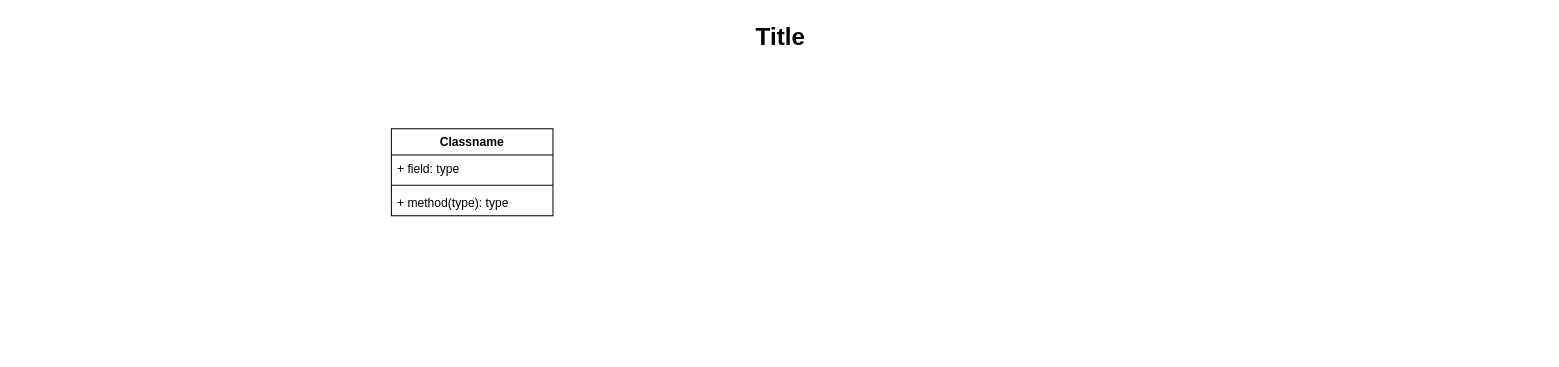
This is Model_De_Key.drawio from Barager/IS-design, a draw.io file, before an edit. Source tidied: cells renumbered, new cells numbered last; positions are measured from the earlier drawing's top-left corner, leaving out a move shared by most shapes. Both pictures are drawn from the tidied source at 101%, with x=0, y=0 at pixel (17, 17).
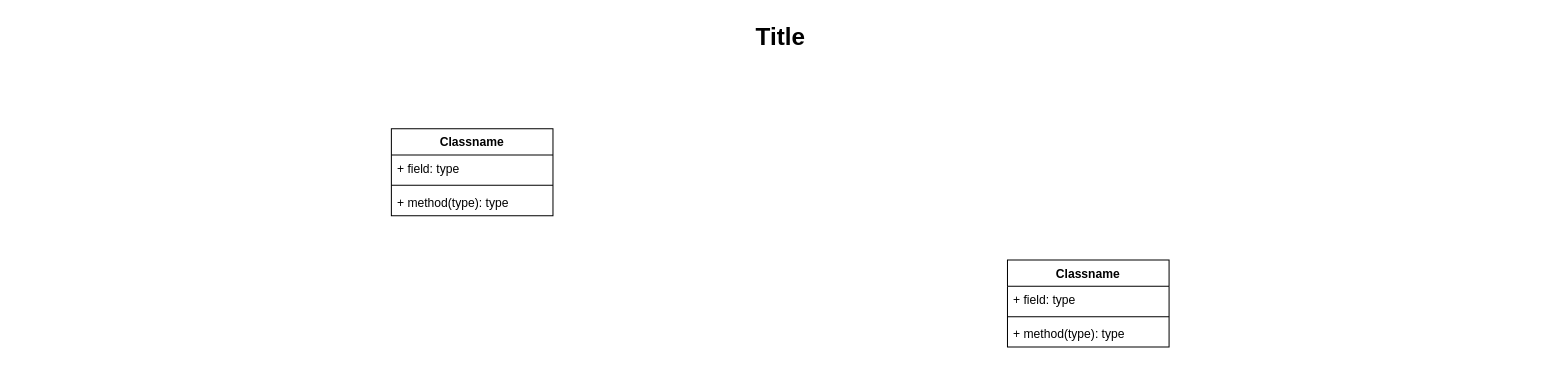
Above is the later version.

What changed in the source:
```diff
@@
 <mxGraphModel>
   <root>
     <mxCell id="0" />
     <mxCell id="1" parent="0" />
     <mxCell id="2" value="Title" style="text;strokeColor=none;fillColor=none;html=1;fontSize=24;fontStyle=1;verticalAlign=middle;align=center;" parent="1" vertex="1">
       <mxGeometry width="1510" height="40" as="geometry" />
     </mxCell>
     <mxCell id="3" value="Classname" style="swimlane;fontStyle=1;align=center;verticalAlign=top;horizontal=1;startSize=26;" parent="1" vertex="1">
       <mxGeometry x="370" y="110" width="160" height="86" as="geometry" />
     </mxCell>
     <mxCell id="4" value="+ field: type" style="text;strokeColor=none;fillColor=none;align=left;verticalAlign=top;spacingLeft=4;spacingRight=4;overflow=hidden;" parent="3" vertex="1">
       <mxGeometry y="26" width="160" height="26" as="geometry" />
     </mxCell>
     <mxCell id="5" style="line;strokeWidth=1;fillColor=none;align=left;verticalAlign=middle;spacingTop=-1;spacingLeft=3;spacingRight=3;labelPosition=right;" parent="3" vertex="1">
       <mxGeometry y="52" width="160" height="8" as="geometry" />
     </mxCell>
     <mxCell id="6" value="+ method(type): type" style="text;strokeColor=none;fillColor=none;align=left;verticalAlign=top;spacingLeft=4;spacingRight=4;overflow=hidden;" parent="3" vertex="1">
       <mxGeometry y="60" width="160" height="26" as="geometry" />
     </mxCell>
+    <mxCell id="7" value="Classname" style="swimlane;fontStyle=1;align=center;verticalAlign=top;horizontal=1;startSize=26;" parent="1" vertex="1">
+      <mxGeometry x="980" y="240" width="160" height="86" as="geometry" />
+    </mxCell>
+    <mxCell id="8" value="+ field: type" style="text;strokeColor=none;fillColor=none;align=left;verticalAlign=top;spacingLeft=4;spacingRight=4;overflow=hidden;" parent="7" vertex="1">
+      <mxGeometry y="26" width="160" height="26" as="geometry" />
+    </mxCell>
+    <mxCell id="9" style="line;strokeWidth=1;fillColor=none;align=left;verticalAlign=middle;spacingTop=-1;spacingLeft=3;spacingRight=3;labelPosition=right;" parent="7" vertex="1">
+      <mxGeometry y="52" width="160" height="8" as="geometry" />
+    </mxCell>
+    <mxCell id="10" value="+ method(type): type" style="text;strokeColor=none;fillColor=none;align=left;verticalAlign=top;spacingLeft=4;spacingRight=4;overflow=hidden;" parent="7" vertex="1">
+      <mxGeometry y="60" width="160" height="26" as="geometry" />
+    </mxCell>
   </root>
 </mxGraphModel>
```
